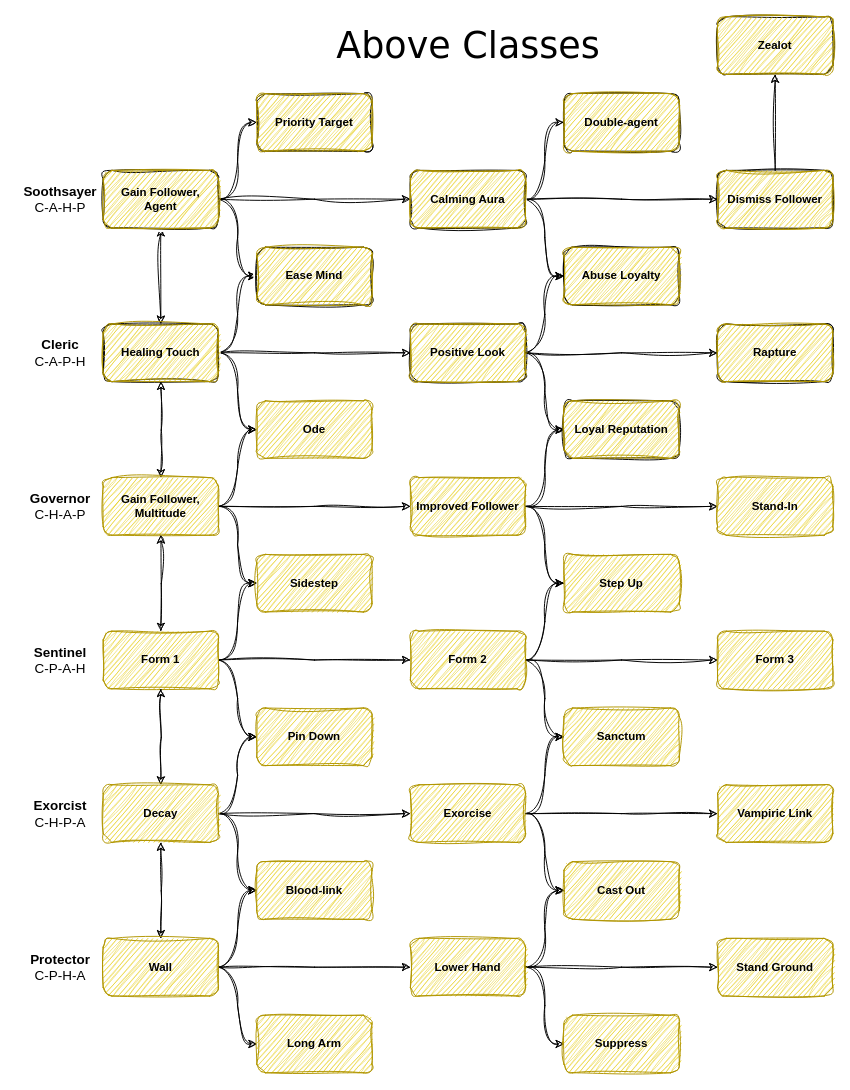
Earlier version of the draw.io diagram handbook/class_trees/above_classes_diagram.drawio (njs992/nialls_adventure_game). Source tidied: cells renumbered, new cells numbered last; positions are measured from the earlier drawing's top-left corner, leaving out a move shared by most shapes. Both pictures are drawn from the tidied source at 96%, with x=0, y=0 at pixel (16, 16).
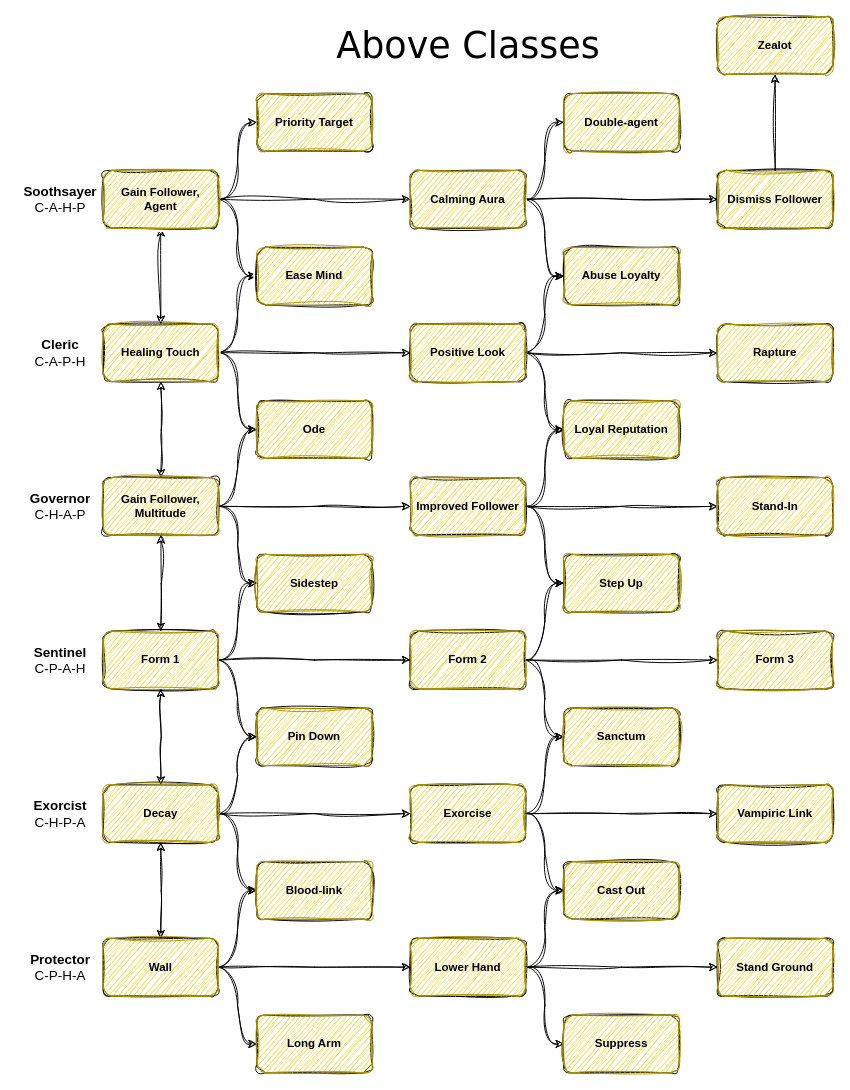
After the change.

The edit, as a diff of the source:
```diff
@@
+    <mxCell id="96" style="rounded=1;whiteSpace=wrap;html=1;labelBackgroundColor=none;sketch=1;curveFitting=1;jiggle=2;" parent="1" vertex="1">
+      <mxGeometry x="250" y="400" width="120" height="60" as="geometry" />
+    </mxCell>
+    <mxCell id="97" style="rounded=1;whiteSpace=wrap;html=1;labelBackgroundColor=none;sketch=1;curveFitting=1;jiggle=2;" parent="1" vertex="1">
+      <mxGeometry x="90" y="480" width="120" height="60" as="geometry" />
+    </mxCell>
+    <mxCell id="98" style="rounded=1;whiteSpace=wrap;html=1;labelBackgroundColor=none;sketch=1;curveFitting=1;jiggle=2;" parent="1" vertex="1">
+      <mxGeometry x="410" y="480" width="120" height="60" as="geometry" />
+    </mxCell>
+    <mxCell id="99" style="rounded=1;whiteSpace=wrap;html=1;labelBackgroundColor=none;sketch=1;curveFitting=1;jiggle=2;" parent="1" vertex="1">
+      <mxGeometry x="730" y="480" width="120" height="60" as="geometry" />
+    </mxCell>
+    <mxCell id="100" style="rounded=1;whiteSpace=wrap;html=1;labelBackgroundColor=none;sketch=1;curveFitting=1;jiggle=2;" parent="1" vertex="1">
+      <mxGeometry x="250" y="560" width="120" height="60" as="geometry" />
+    </mxCell>
+    <mxCell id="101" style="rounded=1;whiteSpace=wrap;html=1;labelBackgroundColor=none;sketch=1;curveFitting=1;jiggle=2;" parent="1" vertex="1">
+      <mxGeometry x="570" y="560" width="120" height="60" as="geometry" />
+    </mxCell>
+    <mxCell id="102" style="rounded=1;whiteSpace=wrap;html=1;labelBackgroundColor=none;sketch=1;curveFitting=1;jiggle=2;" parent="1" vertex="1">
+      <mxGeometry x="90" y="640" width="120" height="60" as="geometry" />
+    </mxCell>
+    <mxCell id="103" style="rounded=1;whiteSpace=wrap;html=1;labelBackgroundColor=none;sketch=1;curveFitting=1;jiggle=2;" parent="1" vertex="1">
+      <mxGeometry x="410" y="640" width="120" height="60" as="geometry" />
+    </mxCell>
+    <mxCell id="104" style="rounded=1;whiteSpace=wrap;html=1;labelBackgroundColor=none;sketch=1;curveFitting=1;jiggle=2;" parent="1" vertex="1">
+      <mxGeometry x="730" y="640" width="120" height="60" as="geometry" />
+    </mxCell>
+    <mxCell id="105" style="rounded=1;whiteSpace=wrap;html=1;labelBackgroundColor=none;sketch=1;curveFitting=1;jiggle=2;" parent="1" vertex="1">
+      <mxGeometry x="250" y="720" width="120" height="60" as="geometry" />
+    </mxCell>
+    <mxCell id="106" style="rounded=1;whiteSpace=wrap;html=1;labelBackgroundColor=none;sketch=1;curveFitting=1;jiggle=2;" parent="1" vertex="1">
+      <mxGeometry x="570" y="720" width="120" height="60" as="geometry" />
+    </mxCell>
+    <mxCell id="107" style="rounded=1;whiteSpace=wrap;html=1;labelBackgroundColor=none;sketch=1;curveFitting=1;jiggle=2;" parent="1" vertex="1">
+      <mxGeometry x="90" y="800" width="120" height="60" as="geometry" />
+    </mxCell>
+    <mxCell id="108" style="rounded=1;whiteSpace=wrap;html=1;labelBackgroundColor=none;sketch=1;curveFitting=1;jiggle=2;" parent="1" vertex="1">
+      <mxGeometry x="410" y="800" width="120" height="60" as="geometry" />
+    </mxCell>
+    <mxCell id="109" style="rounded=1;whiteSpace=wrap;html=1;labelBackgroundColor=none;sketch=1;curveFitting=1;jiggle=2;" parent="1" vertex="1">
+      <mxGeometry x="730" y="800" width="120" height="60" as="geometry" />
+    </mxCell>
+    <mxCell id="110" style="rounded=1;whiteSpace=wrap;html=1;labelBackgroundColor=none;sketch=1;curveFitting=1;jiggle=2;" parent="1" vertex="1">
+      <mxGeometry x="250" y="880" width="120" height="60" as="geometry" />
+    </mxCell>
+    <mxCell id="111" style="rounded=1;whiteSpace=wrap;html=1;labelBackgroundColor=none;sketch=1;curveFitting=1;jiggle=2;" parent="1" vertex="1">
+      <mxGeometry x="570" y="880" width="120" height="60" as="geometry" />
+    </mxCell>
+    <mxCell id="112" style="rounded=1;whiteSpace=wrap;html=1;labelBackgroundColor=none;sketch=1;curveFitting=1;jiggle=2;" parent="1" vertex="1">
+      <mxGeometry x="730" y="960" width="120" height="60" as="geometry" />
+    </mxCell>
+    <mxCell id="113" style="rounded=1;whiteSpace=wrap;html=1;labelBackgroundColor=none;sketch=1;curveFitting=1;jiggle=2;" parent="1" vertex="1">
+      <mxGeometry x="410" y="960" width="120" height="60" as="geometry" />
+    </mxCell>
+    <mxCell id="114" style="rounded=1;whiteSpace=wrap;html=1;labelBackgroundColor=none;sketch=1;curveFitting=1;jiggle=2;" parent="1" vertex="1">
+      <mxGeometry x="90" y="960" width="120" height="60" as="geometry" />
+    </mxCell>
+    <mxCell id="115" style="rounded=1;whiteSpace=wrap;html=1;labelBackgroundColor=none;sketch=1;curveFitting=1;jiggle=2;" parent="1" vertex="1">
+      <mxGeometry x="250" y="1040" width="120" height="60" as="geometry" />
+    </mxCell>
+    <mxCell id="116" style="rounded=1;whiteSpace=wrap;html=1;labelBackgroundColor=none;sketch=1;curveFitting=1;jiggle=2;" parent="1" vertex="1">
+      <mxGeometry x="570" y="1040" width="120" height="60" as="geometry" />
+    </mxCell>
```
